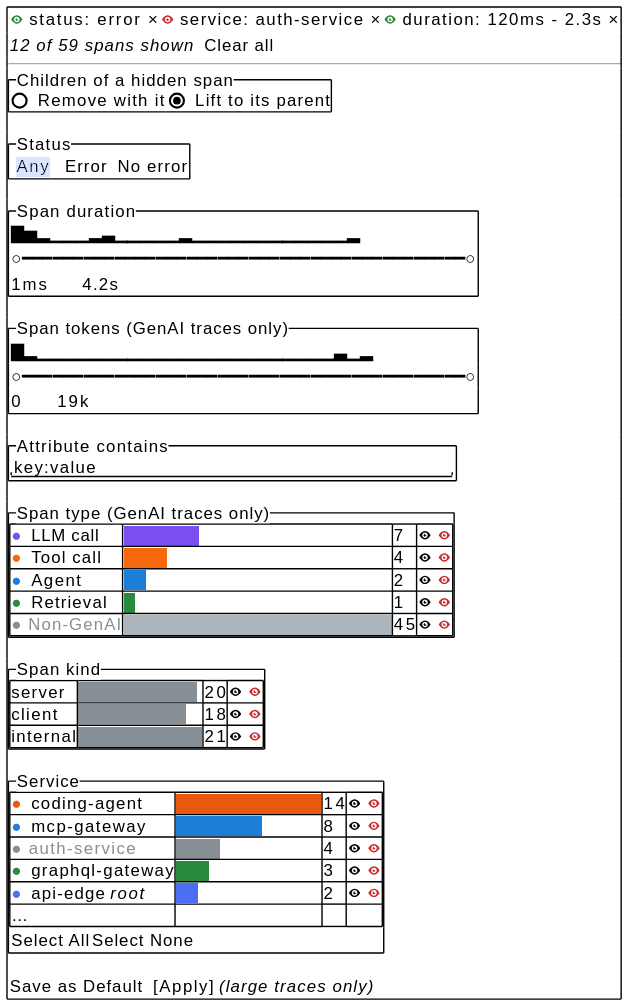
Above: docs/rfc/0009/popover.svg in Prakhar1Ojha/jaeger-ui (PlantUML), before the change.
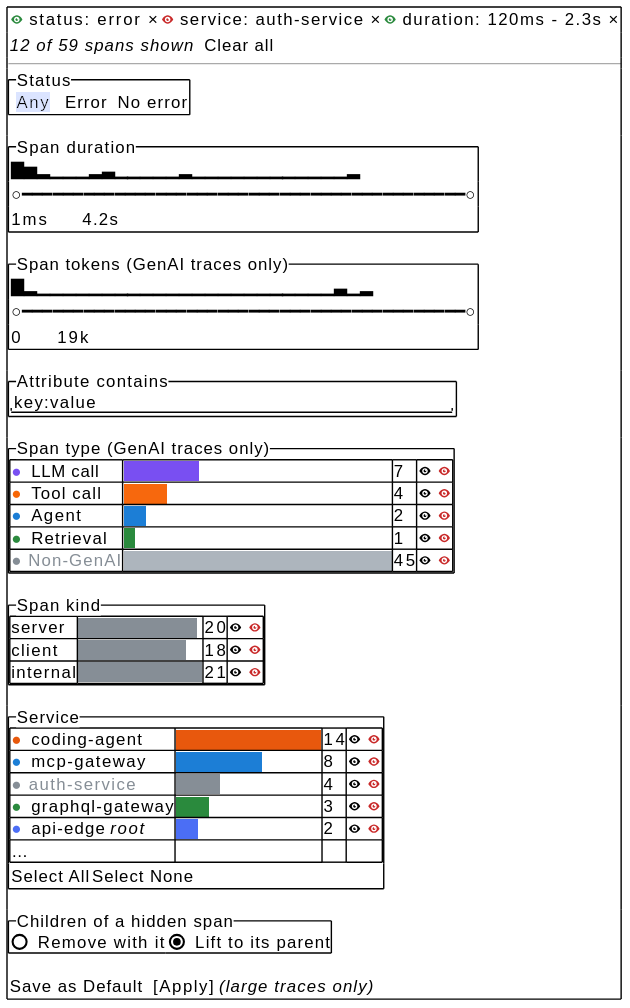
The same file after the commit.

Diff of the diagram source:
```diff
@@ -3,9 +3,6 @@
   { <color:#2b8a3e><&eye></color> status: error  × | <color:#c92a2a><&eye></color> service: auth-service  × | <color:#2b8a3e><&eye></color> duration: 120ms - 2.3s  × }
   { <i>12 of 59 spans shown</i> | . | Clear all }
   --
-  {^"Children of a hidden span"
-    ( ) Remove with it | (X) Lift to its parent
-  }
   {^"Status"
     { <back:#dbe4ff> Any </back> | . | Error | . | No error }
   }
@@ -49,6 +46,9 @@
     }
     { Select All | Select None }
   }
+  {^"Children of a hidden span"
+    ( ) Remove with it | (X) Lift to its parent
+  }
   { Save as Default | . | [Apply] <i>(large traces only)</i> }
 }
 @endsalt
```
